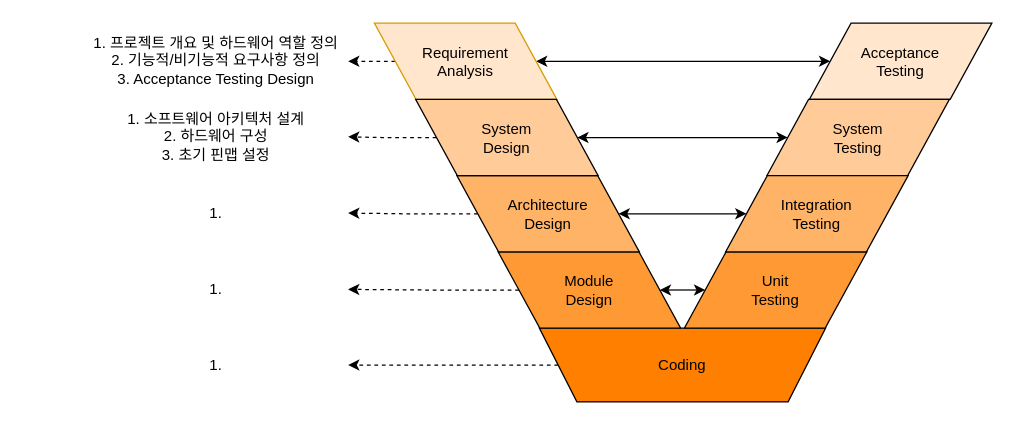
Earlier version of the draw.io diagram page "v모델" (1 of 3) of docs/s32k144-prj.drawio (YJCHOI15/s32k144-smarthome-rtos). Source tidied: cells renumbered, new cells numbered last; positions are measured from the earlier drawing's top-left corner, leaving out a move shared by most shapes. Both pictures are drawn from the tidied source at 125%, with x=0, y=0 at pixel (84, 21).
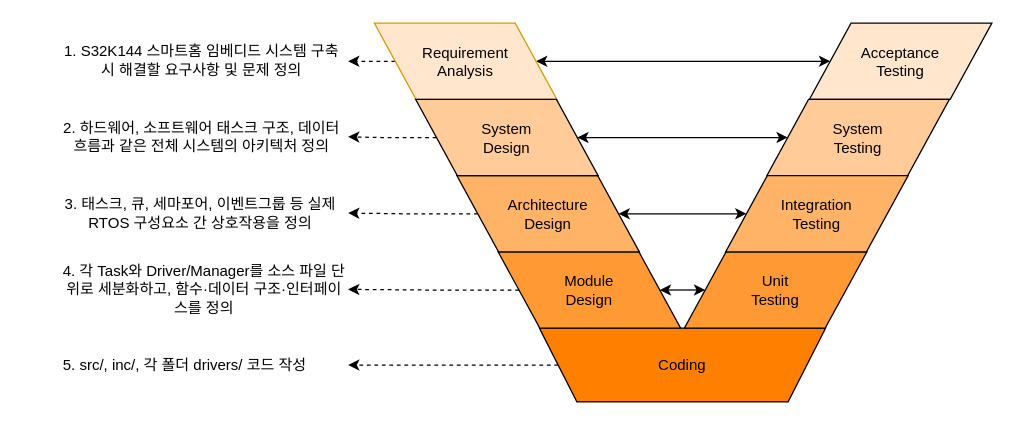
The same page after the edit.

Diff of the diagram source:
```diff
@@
-    <mxCell id="6" value="1. 소프트웨어 아키텍처 설계&lt;br&gt;2. 하드웨어 구성&lt;br&gt;3. 초기 핀맵 설정" style="text;html=1;align=center;verticalAlign=middle;whiteSpace=wrap;rounded=0;" parent="1" vertex="1">
-      <mxGeometry y="61" width="211" height="62" as="geometry" />
+    <mxCell id="6" value="2. 하드웨어, 소프트웨어 태스크 구조, 데이터 흐름과 같은 전체 시스템의 아키텍처 정의" style="text;html=1;align=center;verticalAlign=middle;whiteSpace=wrap;rounded=0;" parent="1" vertex="1">
+      <mxGeometry x="-23" y="61" width="234" height="62" as="geometry" />
     </mxCell>
-    <mxCell id="7" value="1. 프로젝트 개요 및 하드웨어 역할 정의&lt;br&gt;2. 기능적/비기능적 요구사항 정의&lt;div&gt;3. Acceptance Testing Design&lt;/div&gt;" style="text;html=1;align=center;verticalAlign=middle;whiteSpace=wrap;rounded=0;" parent="1" vertex="1">
-      <mxGeometry width="211" height="62" as="geometry" />
+    <mxCell id="7" value="1. S32K144 스마트홈 임베디드 시스템 구축 시 해결할 요구사항 및 문제 정의" style="text;html=1;align=center;verticalAlign=middle;whiteSpace=wrap;rounded=0;" parent="1" vertex="1">
+      <mxGeometry x="-23" width="234" height="62" as="geometry" />
     </mxCell>
@@
-    <mxCell id="22" value="1." style="text;html=1;align=center;verticalAlign=middle;whiteSpace=wrap;rounded=0;" parent="1" vertex="1">
-      <mxGeometry y="122" width="211" height="62" as="geometry" />
+    <mxCell id="22" value="3. 태스크, 큐, 세마포어, 이벤트그룹 등 &lt;span style=&quot;&quot;&gt;실제 RTOS 구성요소 간 상호작용&lt;/span&gt;을 정의" style="text;html=1;align=center;verticalAlign=middle;whiteSpace=wrap;rounded=0;" parent="1" vertex="1">
+      <mxGeometry x="-25" y="122" width="236" height="62" as="geometry" />
     </mxCell>
-    <mxCell id="23" value="1." style="text;html=1;align=center;verticalAlign=middle;whiteSpace=wrap;rounded=0;" parent="1" vertex="1">
-      <mxGeometry y="183" width="211" height="62" as="geometry" />
+    <mxCell id="23" value="4.&amp;nbsp;각 Task와 Driver/Manager를 소스 파일 단위로 세분화하고, 함수·데이터 구조·인터페이스를 정의" style="text;html=1;align=center;verticalAlign=middle;whiteSpace=wrap;rounded=0;" parent="1" vertex="1">
+      <mxGeometry x="-19" y="183" width="230" height="62" as="geometry" />
     </mxCell>
-    <mxCell id="24" value="1." style="text;html=1;align=center;verticalAlign=middle;whiteSpace=wrap;rounded=0;" parent="1" vertex="1">
-      <mxGeometry y="243.5" width="211" height="62" as="geometry" />
+    <mxCell id="24" value="5. src/, inc/, 각 폴더 drivers/ 코드 작성" style="text;html=1;align=center;verticalAlign=middle;whiteSpace=wrap;rounded=0;" parent="1" vertex="1">
+      <mxGeometry x="-50" y="243.5" width="261" height="62" as="geometry" />
     </mxCell>
```
